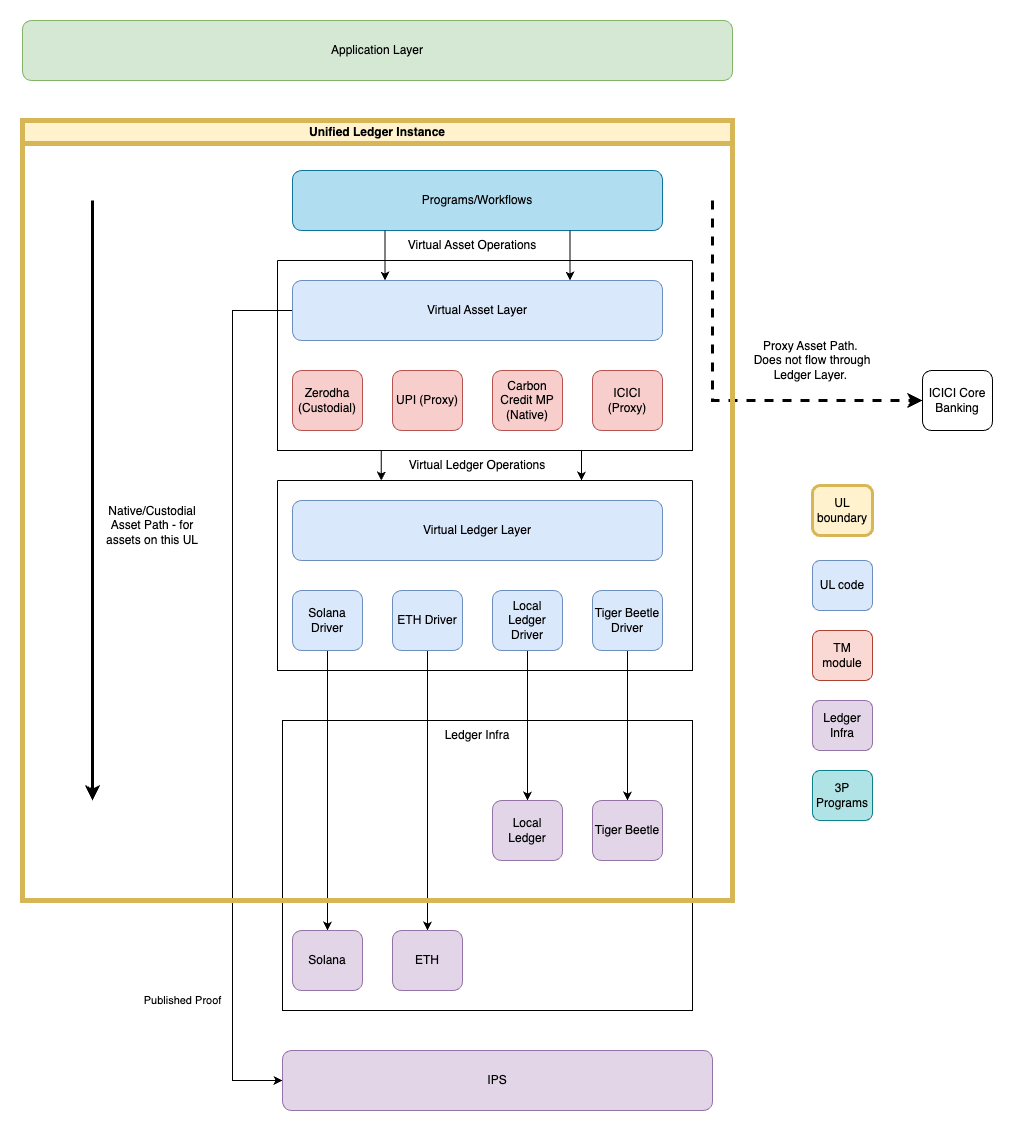
Earlier version of the draw.io export docs/runtime-primitives/assets/block-diagram.png (NishantJoshi00/finternet-api). Source tidied: cells renumbered, new cells last; positions are measured from the earlier drawing's top-left corner, leaving out a move shared by most shapes. The source it was exported from:
```xml
<mxGraphModel>
  <root>
    <mxCell id="0" />
    <mxCell id="1" parent="0" />
    <mxCell id="2" style="rounded=0;whiteSpace=wrap;html=1;" parent="1" vertex="1">
      <mxGeometry x="260" y="700" width="410" height="290" as="geometry" />
    </mxCell>
    <mxCell id="3" value="Application Layer" style="rounded=1;whiteSpace=wrap;html=1;fillColor=#d5e8d4;strokeColor=#82b366;" parent="1" vertex="1">
      <mxGeometry width="710" height="60" as="geometry" />
    </mxCell>
    <mxCell id="4" style="edgeStyle=orthogonalEdgeStyle;rounded=0;jettySize=auto;html=1;entryX=0;entryY=0.5;entryDx=0;entryDy=0;exitX=0;exitY=0.5;exitDx=0;exitDy=0;" parent="1" edge="1" source="6" target="35">
      <mxGeometry relative="1" as="geometry">
        <Array as="points">
          <mxPoint x="210" y="290" />
          <mxPoint x="210" y="1060" />
        </Array>
      </mxGeometry>
    </mxCell>
    <mxCell id="5" value="Published Proof" style="edgeLabel;html=1;align=center;verticalAlign=middle;" parent="4" vertex="1">
      <mxGeometry x="0.23" relative="1" as="geometry">
        <mxPoint x="-50" y="210" as="offset" />
      </mxGeometry>
    </mxCell>
    <mxCell id="6" value="Virtual Asset Layer" style="rounded=1;whiteSpace=wrap;html=1;fillColor=#dae8fc;strokeColor=#6c8ebf;" parent="1" vertex="1">
      <mxGeometry x="270" y="260" width="370" height="60" as="geometry" />
    </mxCell>
    <mxCell id="7" value="Zerodha (Custodial)" style="rounded=1;whiteSpace=wrap;html=1;fillColor=#f8cecc;strokeColor=#b85450;" parent="1" vertex="1">
      <mxGeometry x="270" y="350" width="70" height="60" as="geometry" />
    </mxCell>
    <mxCell id="8" value="UPI (Proxy)" style="rounded=1;whiteSpace=wrap;html=1;fillColor=#f8cecc;strokeColor=#b85450;" parent="1" vertex="1">
      <mxGeometry x="370" y="350" width="70" height="60" as="geometry" />
    </mxCell>
    <mxCell id="9" style="edgeStyle=orthogonalEdgeStyle;rounded=0;jettySize=auto;html=1;strokeWidth=3;dashed=1;entryX=0;entryY=0.5;entryDx=0;entryDy=0;" parent="1" edge="1" target="27">
      <mxGeometry relative="1" as="geometry">
        <mxPoint x="690" y="180" as="sourcePoint" />
        <Array as="points">
          <mxPoint x="690" y="380" />
        </Array>
      </mxGeometry>
    </mxCell>
    <mxCell id="10" value="ICICI (Proxy)" style="rounded=1;whiteSpace=wrap;html=1;fillColor=#f8cecc;strokeColor=#b85450;" parent="1" vertex="1">
      <mxGeometry x="570" y="350" width="70" height="60" as="geometry" />
    </mxCell>
    <mxCell id="11" value="Virtual Ledger Layer" style="rounded=1;whiteSpace=wrap;html=1;fillColor=#dae8fc;strokeColor=#6c8ebf;" parent="1" vertex="1">
      <mxGeometry x="270" y="480" width="370" height="60" as="geometry" />
    </mxCell>
    <mxCell id="12" value="Carbon Credit MP (Native)" style="rounded=1;whiteSpace=wrap;html=1;fillColor=#f8cecc;strokeColor=#b85450;" parent="1" vertex="1">
      <mxGeometry x="470" y="350" width="70" height="60" as="geometry" />
    </mxCell>
    <mxCell id="13" style="edgeStyle=orthogonalEdgeStyle;rounded=0;jettySize=auto;html=1;entryX=0.5;entryY=0;entryDx=0;entryDy=0;" parent="1" edge="1" source="14" target="42">
      <mxGeometry relative="1" as="geometry" />
    </mxCell>
    <mxCell id="14" value="Solana Driver" style="rounded=1;whiteSpace=wrap;html=1;fillColor=#dae8fc;strokeColor=#6c8ebf;" parent="1" vertex="1">
      <mxGeometry x="270" y="570" width="70" height="60" as="geometry" />
    </mxCell>
    <mxCell id="15" style="edgeStyle=orthogonalEdgeStyle;rounded=0;jettySize=auto;html=1;entryX=0.5;entryY=0;entryDx=0;entryDy=0;" parent="1" edge="1" source="16" target="41">
      <mxGeometry relative="1" as="geometry" />
    </mxCell>
    <mxCell id="16" value="ETH Driver" style="rounded=1;whiteSpace=wrap;html=1;fillColor=#dae8fc;strokeColor=#6c8ebf;" parent="1" vertex="1">
      <mxGeometry x="370" y="570" width="70" height="60" as="geometry" />
    </mxCell>
    <mxCell id="17" style="edgeStyle=orthogonalEdgeStyle;rounded=0;jettySize=auto;html=1;entryX=0.5;entryY=0;entryDx=0;entryDy=0;" parent="1" edge="1" source="18" target="33">
      <mxGeometry relative="1" as="geometry" />
    </mxCell>
    <mxCell id="18" value="Local Ledger Driver" style="rounded=1;whiteSpace=wrap;html=1;fillColor=#dae8fc;strokeColor=#6c8ebf;" parent="1" vertex="1">
      <mxGeometry x="470" y="570" width="70" height="60" as="geometry" />
    </mxCell>
    <mxCell id="19" style="edgeStyle=orthogonalEdgeStyle;rounded=0;jettySize=auto;html=1;entryX=0.5;entryY=0;entryDx=0;entryDy=0;" parent="1" edge="1" source="20" target="43">
      <mxGeometry relative="1" as="geometry" />
    </mxCell>
    <mxCell id="20" value="Tiger Beetle Driver" style="rounded=1;whiteSpace=wrap;html=1;fillColor=#dae8fc;strokeColor=#6c8ebf;" parent="1" vertex="1">
      <mxGeometry x="570" y="570" width="70" height="60" as="geometry" />
    </mxCell>
    <mxCell id="21" style="edgeStyle=orthogonalEdgeStyle;rounded=0;jettySize=auto;html=1;exitX=0.25;exitY=1;exitDx=0;exitDy=0;entryX=0.25;entryY=0;entryDx=0;entryDy=0;" parent="1" edge="1" source="23" target="24">
      <mxGeometry relative="1" as="geometry" />
    </mxCell>
    <mxCell id="22" style="edgeStyle=orthogonalEdgeStyle;rounded=0;jettySize=auto;html=1;exitX=0.75;exitY=1;exitDx=0;exitDy=0;" parent="1" edge="1" source="23">
      <mxGeometry relative="1" as="geometry">
        <mxPoint x="559" y="460" as="targetPoint" />
      </mxGeometry>
    </mxCell>
    <mxCell id="23" style="swimlane;startSize=0;" parent="1" vertex="1">
      <mxGeometry x="255" y="240" width="415" height="190" as="geometry" />
    </mxCell>
    <mxCell id="24" style="swimlane;startSize=0;" parent="1" vertex="1">
      <mxGeometry x="255" y="460" width="415" height="190" as="geometry" />
    </mxCell>
    <mxCell id="25" value="Proxy Asset Path.&amp;nbsp; Does not flow through Ledger Layer.&amp;nbsp;" style="text;html=1;align=center;verticalAlign=middle;whiteSpace=wrap;rounded=0;" parent="1" vertex="1">
      <mxGeometry x="730" y="310" width="120" height="60" as="geometry" />
    </mxCell>
    <mxCell id="26" style="endArrow=classic;html=1;rounded=0;strokeWidth=3;" parent="1" edge="1">
      <mxGeometry relative="1" as="geometry">
        <mxPoint x="70" y="180" as="sourcePoint" />
        <mxPoint x="70" y="780" as="targetPoint" />
      </mxGeometry>
    </mxCell>
    <mxCell id="27" value="ICICI Core Banking" style="rounded=1;whiteSpace=wrap;html=1;" parent="1" vertex="1">
      <mxGeometry x="900" y="350" width="70" height="60" as="geometry" />
    </mxCell>
    <mxCell id="28" value="Unified Ledger Instance" style="swimlane;whiteSpace=wrap;html=1;strokeWidth=5;fillColor=#fff2cc;strokeColor=#d6b656;" parent="1" vertex="1">
      <mxGeometry y="100" width="710" height="780" as="geometry" />
    </mxCell>
    <mxCell id="29" value="Virtual Ledger Operations" style="text;html=1;align=center;verticalAlign=middle;whiteSpace=wrap;rounded=0;" parent="28" vertex="1">
      <mxGeometry x="385" y="330" width="140" height="30" as="geometry" />
    </mxCell>
    <mxCell id="30" value="Native/Custodial Asset Path - for assets on this UL" style="text;html=1;align=center;verticalAlign=middle;whiteSpace=wrap;rounded=0;" parent="28" vertex="1">
      <mxGeometry x="80" y="370" width="100" height="70" as="geometry" />
    </mxCell>
    <mxCell id="31" value="Programs/Workflows" style="rounded=1;whiteSpace=wrap;html=1;fillColor=#b1ddf0;strokeColor=#10739e;" parent="28" vertex="1">
      <mxGeometry x="270" y="50" width="370" height="60" as="geometry" />
    </mxCell>
    <mxCell id="32" value="Virtual Asset Operations" style="text;html=1;align=center;verticalAlign=middle;whiteSpace=wrap;rounded=0;" parent="28" vertex="1">
      <mxGeometry x="380" y="110" width="140" height="30" as="geometry" />
    </mxCell>
    <mxCell id="33" value="Local Ledger" style="rounded=1;whiteSpace=wrap;html=1;fillColor=#e1d5e7;strokeColor=#9673a6;" parent="28" vertex="1">
      <mxGeometry x="470" y="680" width="70" height="60" as="geometry" />
    </mxCell>
    <mxCell id="34" value="Ledger Infra" style="text;html=1;align=center;verticalAlign=middle;whiteSpace=wrap;rounded=0;" parent="28" vertex="1">
      <mxGeometry x="385" y="600" width="140" height="30" as="geometry" />
    </mxCell>
    <mxCell id="35" value="IPS" style="rounded=1;whiteSpace=wrap;html=1;fillColor=#e1d5e7;strokeColor=#9673a6;" parent="1" vertex="1">
      <mxGeometry x="260" y="1030" width="430" height="60" as="geometry" />
    </mxCell>
    <mxCell id="36" style="edgeStyle=orthogonalEdgeStyle;rounded=0;jettySize=auto;html=1;exitX=0.25;exitY=1;exitDx=0;exitDy=0;entryX=0.25;entryY=0;entryDx=0;entryDy=0;" parent="1" edge="1" source="31" target="6">
      <mxGeometry relative="1" as="geometry" />
    </mxCell>
    <mxCell id="37" style="edgeStyle=orthogonalEdgeStyle;rounded=0;jettySize=auto;html=1;exitX=0.75;exitY=1;exitDx=0;exitDy=0;entryX=0.75;entryY=0;entryDx=0;entryDy=0;" parent="1" edge="1" source="31" target="6">
      <mxGeometry relative="1" as="geometry" />
    </mxCell>
    <mxCell id="38" value="UL code" style="rounded=1;whiteSpace=wrap;html=1;fillColor=#dae8fc;strokeColor=#6c8ebf;" parent="1" vertex="1">
      <mxGeometry x="790" y="540" width="60" height="50" as="geometry" />
    </mxCell>
    <mxCell id="39" value="TM module" style="rounded=1;whiteSpace=wrap;html=1;fillColor=#fad9d5;strokeColor=#ae4132;" parent="1" vertex="1">
      <mxGeometry x="790" y="610" width="60" height="50" as="geometry" />
    </mxCell>
    <mxCell id="40" value="Ledger Infra" style="rounded=1;whiteSpace=wrap;html=1;fillColor=#e1d5e7;strokeColor=#9673a6;" parent="1" vertex="1">
      <mxGeometry x="790" y="680" width="60" height="50" as="geometry" />
    </mxCell>
    <mxCell id="41" value="ETH" style="rounded=1;whiteSpace=wrap;html=1;fillColor=#e1d5e7;strokeColor=#9673a6;" parent="1" vertex="1">
      <mxGeometry x="370" y="910" width="70" height="60" as="geometry" />
    </mxCell>
    <mxCell id="42" value="Solana" style="rounded=1;whiteSpace=wrap;html=1;fillColor=#e1d5e7;strokeColor=#9673a6;" parent="1" vertex="1">
      <mxGeometry x="270" y="910" width="70" height="60" as="geometry" />
    </mxCell>
    <mxCell id="43" value="Tiger Beetle" style="rounded=1;whiteSpace=wrap;html=1;fillColor=#e1d5e7;strokeColor=#9673a6;" parent="1" vertex="1">
      <mxGeometry x="570" y="780" width="70" height="60" as="geometry" />
    </mxCell>
    <mxCell id="44" value="UL boundary" style="rounded=1;whiteSpace=wrap;html=1;fillColor=#fff2cc;strokeColor=#d6b656;strokeWidth=3;" parent="1" vertex="1">
      <mxGeometry x="790" y="465" width="60" height="50" as="geometry" />
    </mxCell>
    <mxCell id="45" value="3P Programs" style="rounded=1;whiteSpace=wrap;html=1;fillColor=#b0e3e6;strokeColor=#0e8088;strokeWidth=1;" parent="1" vertex="1">
      <mxGeometry x="790" y="750" width="60" height="50" as="geometry" />
    </mxCell>
  </root>
</mxGraphModel>
```
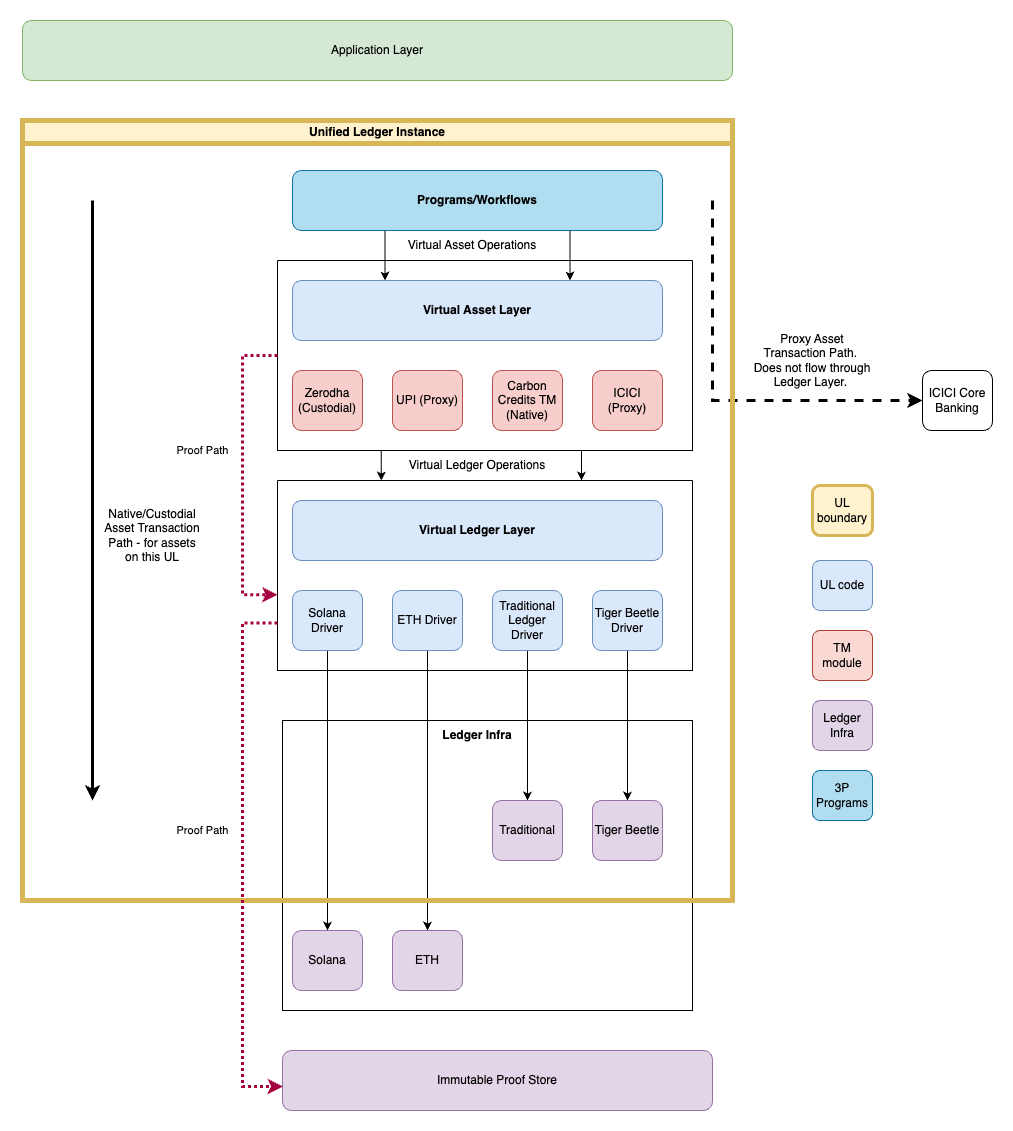
Above is the later version.

Diff of the diagram source:
```diff
@@ -8,20 +8,7 @@
     <mxCell id="3" value="Application Layer" style="rounded=1;whiteSpace=wrap;html=1;fillColor=#d5e8d4;strokeColor=#82b366;" parent="1" vertex="1">
       <mxGeometry width="710" height="60" as="geometry" />
     </mxCell>
-    <mxCell id="4" style="edgeStyle=orthogonalEdgeStyle;rounded=0;jettySize=auto;html=1;entryX=0;entryY=0.5;entryDx=0;entryDy=0;exitX=0;exitY=0.5;exitDx=0;exitDy=0;" parent="1" edge="1" source="6" target="35">
-      <mxGeometry relative="1" as="geometry">
-        <Array as="points">
-          <mxPoint x="210" y="290" />
-          <mxPoint x="210" y="1060" />
-        </Array>
-      </mxGeometry>
-    </mxCell>
-    <mxCell id="5" value="Published Proof" style="edgeLabel;html=1;align=center;verticalAlign=middle;" parent="4" vertex="1">
-      <mxGeometry x="0.23" relative="1" as="geometry">
-        <mxPoint x="-50" y="210" as="offset" />
-      </mxGeometry>
-    </mxCell>
-    <mxCell id="6" value="Virtual Asset Layer" style="rounded=1;whiteSpace=wrap;html=1;fillColor=#dae8fc;strokeColor=#6c8ebf;" parent="1" vertex="1">
+    <mxCell id="6" value="Virtual Asset Layer" style="rounded=1;whiteSpace=wrap;html=1;fillColor=#dae8fc;strokeColor=#6c8ebf;fontStyle=1;" parent="1" vertex="1">
       <mxGeometry x="270" y="260" width="370" height="60" as="geometry" />
     </mxCell>
     <mxCell id="7" value="Zerodha (Custodial)" style="rounded=1;whiteSpace=wrap;html=1;fillColor=#f8cecc;strokeColor=#b85450;" parent="1" vertex="1">
@@ -41,10 +28,10 @@
     <mxCell id="10" value="ICICI (Proxy)" style="rounded=1;whiteSpace=wrap;html=1;fillColor=#f8cecc;strokeColor=#b85450;" parent="1" vertex="1">
       <mxGeometry x="570" y="350" width="70" height="60" as="geometry" />
     </mxCell>
-    <mxCell id="11" value="Virtual Ledger Layer" style="rounded=1;whiteSpace=wrap;html=1;fillColor=#dae8fc;strokeColor=#6c8ebf;" parent="1" vertex="1">
+    <mxCell id="11" value="Virtual Ledger Layer" style="rounded=1;whiteSpace=wrap;html=1;fillColor=#dae8fc;strokeColor=#6c8ebf;fontStyle=1;" parent="1" vertex="1">
       <mxGeometry x="270" y="480" width="370" height="60" as="geometry" />
     </mxCell>
-    <mxCell id="12" value="Carbon Credit MP (Native)" style="rounded=1;whiteSpace=wrap;html=1;fillColor=#f8cecc;strokeColor=#b85450;" parent="1" vertex="1">
+    <mxCell id="12" value="Carbon Credits TM (Native)" style="rounded=1;whiteSpace=wrap;html=1;fillColor=#f8cecc;strokeColor=#b85450;" parent="1" vertex="1">
       <mxGeometry x="470" y="350" width="70" height="60" as="geometry" />
     </mxCell>
     <mxCell id="13" style="edgeStyle=orthogonalEdgeStyle;rounded=0;jettySize=auto;html=1;entryX=0.5;entryY=0;entryDx=0;entryDy=0;" parent="1" edge="1" source="14" target="42">
@@ -62,7 +49,7 @@
     <mxCell id="17" style="edgeStyle=orthogonalEdgeStyle;rounded=0;jettySize=auto;html=1;entryX=0.5;entryY=0;entryDx=0;entryDy=0;" parent="1" edge="1" source="18" target="33">
       <mxGeometry relative="1" as="geometry" />
     </mxCell>
-    <mxCell id="18" value="Local Ledger Driver" style="rounded=1;whiteSpace=wrap;html=1;fillColor=#dae8fc;strokeColor=#6c8ebf;" parent="1" vertex="1">
+    <mxCell id="18" value="Traditional Ledger Driver" style="rounded=1;whiteSpace=wrap;html=1;fillColor=#dae8fc;strokeColor=#6c8ebf;" parent="1" vertex="1">
       <mxGeometry x="470" y="570" width="70" height="60" as="geometry" />
     </mxCell>
     <mxCell id="19" style="edgeStyle=orthogonalEdgeStyle;rounded=0;jettySize=auto;html=1;entryX=0.5;entryY=0;entryDx=0;entryDy=0;" parent="1" edge="1" source="20" target="43">
@@ -85,7 +72,7 @@
     <mxCell id="24" style="swimlane;startSize=0;" parent="1" vertex="1">
       <mxGeometry x="255" y="460" width="415" height="190" as="geometry" />
     </mxCell>
-    <mxCell id="25" value="Proxy Asset Path.&amp;nbsp; Does not flow through Ledger Layer.&amp;nbsp;" style="text;html=1;align=center;verticalAlign=middle;whiteSpace=wrap;rounded=0;" parent="1" vertex="1">
+    <mxCell id="25" value="Proxy Asset Transaction Path.&amp;nbsp; Does not flow through Ledger Layer.&amp;nbsp;" style="text;html=1;align=center;verticalAlign=middle;whiteSpace=wrap;rounded=0;" parent="1" vertex="1">
       <mxGeometry x="730" y="310" width="120" height="60" as="geometry" />
     </mxCell>
     <mxCell id="26" style="endArrow=classic;html=1;rounded=0;strokeWidth=3;" parent="1" edge="1">
@@ -103,22 +90,22 @@
     <mxCell id="29" value="Virtual Ledger Operations" style="text;html=1;align=center;verticalAlign=middle;whiteSpace=wrap;rounded=0;" parent="28" vertex="1">
       <mxGeometry x="385" y="330" width="140" height="30" as="geometry" />
     </mxCell>
-    <mxCell id="30" value="Native/Custodial Asset Path - for assets on this UL" style="text;html=1;align=center;verticalAlign=middle;whiteSpace=wrap;rounded=0;" parent="28" vertex="1">
-      <mxGeometry x="80" y="370" width="100" height="70" as="geometry" />
+    <mxCell id="30" value="Native/Custodial Asset Transaction Path - for assets on this UL" style="text;html=1;align=center;verticalAlign=middle;whiteSpace=wrap;rounded=0;" parent="28" vertex="1">
+      <mxGeometry x="80" y="380" width="100" height="70" as="geometry" />
     </mxCell>
-    <mxCell id="31" value="Programs/Workflows" style="rounded=1;whiteSpace=wrap;html=1;fillColor=#b1ddf0;strokeColor=#10739e;" parent="28" vertex="1">
+    <mxCell id="31" value="Programs/Workflows" style="rounded=1;whiteSpace=wrap;html=1;fillColor=#b1ddf0;strokeColor=#10739e;fontStyle=1;" parent="28" vertex="1">
       <mxGeometry x="270" y="50" width="370" height="60" as="geometry" />
     </mxCell>
     <mxCell id="32" value="Virtual Asset Operations" style="text;html=1;align=center;verticalAlign=middle;whiteSpace=wrap;rounded=0;" parent="28" vertex="1">
       <mxGeometry x="380" y="110" width="140" height="30" as="geometry" />
     </mxCell>
-    <mxCell id="33" value="Local Ledger" style="rounded=1;whiteSpace=wrap;html=1;fillColor=#e1d5e7;strokeColor=#9673a6;" parent="28" vertex="1">
+    <mxCell id="33" value="Traditional" style="rounded=1;whiteSpace=wrap;html=1;fillColor=#e1d5e7;strokeColor=#9673a6;" parent="28" vertex="1">
       <mxGeometry x="470" y="680" width="70" height="60" as="geometry" />
     </mxCell>
-    <mxCell id="34" value="Ledger Infra" style="text;html=1;align=center;verticalAlign=middle;whiteSpace=wrap;rounded=0;" parent="28" vertex="1">
+    <mxCell id="34" value="Ledger Infra" style="text;html=1;align=center;verticalAlign=middle;whiteSpace=wrap;rounded=0;fontStyle=1;" parent="28" vertex="1">
       <mxGeometry x="385" y="600" width="140" height="30" as="geometry" />
     </mxCell>
-    <mxCell id="35" value="IPS" style="rounded=1;whiteSpace=wrap;html=1;fillColor=#e1d5e7;strokeColor=#9673a6;" parent="1" vertex="1">
+    <mxCell id="35" value="Immutable Proof Store" style="rounded=1;whiteSpace=wrap;html=1;fillColor=#e1d5e7;strokeColor=#9673a6;" parent="1" vertex="1">
       <mxGeometry x="260" y="1030" width="430" height="60" as="geometry" />
     </mxCell>
     <mxCell id="36" style="edgeStyle=orthogonalEdgeStyle;rounded=0;jettySize=auto;html=1;exitX=0.25;exitY=1;exitDx=0;exitDy=0;entryX=0.25;entryY=0;entryDx=0;entryDy=0;" parent="1" edge="1" source="31" target="6">
@@ -148,8 +135,34 @@
     <mxCell id="44" value="UL boundary" style="rounded=1;whiteSpace=wrap;html=1;fillColor=#fff2cc;strokeColor=#d6b656;strokeWidth=3;" parent="1" vertex="1">
       <mxGeometry x="790" y="465" width="60" height="50" as="geometry" />
     </mxCell>
-    <mxCell id="45" value="3P Programs" style="rounded=1;whiteSpace=wrap;html=1;fillColor=#b0e3e6;strokeColor=#0e8088;strokeWidth=1;" parent="1" vertex="1">
+    <mxCell id="45" value="3P Programs" style="rounded=1;whiteSpace=wrap;html=1;fillColor=#b1ddf0;strokeColor=#10739e;strokeWidth=1;" parent="1" vertex="1">
       <mxGeometry x="790" y="750" width="60" height="50" as="geometry" />
     </mxCell>
+    <mxCell id="46" style="edgeStyle=orthogonalEdgeStyle;rounded=0;jettySize=auto;html=1;exitX=0;exitY=0.5;exitDx=0;exitDy=0;entryX=0;entryY=0.601;entryDx=0;entryDy=0;entryPerimeter=0;strokeWidth=3;dashed=1;fillColor=#d80073;strokeColor=#A50040;dashPattern=1 1;" parent="1" edge="1" source="23" target="24">
+      <mxGeometry relative="1" as="geometry">
+        <Array as="points">
+          <mxPoint x="220" y="335" />
+          <mxPoint x="220" y="574" />
+        </Array>
+      </mxGeometry>
+    </mxCell>
+    <mxCell id="47" value="Proof Path" style="edgeLabel;html=1;align=center;verticalAlign=middle;" parent="46" vertex="1">
+      <mxGeometry x="-0.1" y="1" relative="1" as="geometry">
+        <mxPoint x="-41" y="-10" as="offset" />
+      </mxGeometry>
+    </mxCell>
+    <mxCell id="48" style="edgeStyle=orthogonalEdgeStyle;rounded=0;jettySize=auto;html=1;exitX=0;exitY=0.75;exitDx=0;exitDy=0;entryX=0.001;entryY=0.6;entryDx=0;entryDy=0;entryPerimeter=0;strokeWidth=3;dashed=1;fillColor=#d80073;strokeColor=#A50040;dashPattern=1 1;" parent="1" edge="1" source="24" target="35">
+      <mxGeometry relative="1" as="geometry">
+        <Array as="points">
+          <mxPoint x="220" y="603" />
+          <mxPoint x="220" y="1066" />
+        </Array>
+      </mxGeometry>
+    </mxCell>
+    <mxCell id="49" value="Proof Path" style="edgeLabel;html=1;align=center;verticalAlign=middle;" parent="48" vertex="1">
+      <mxGeometry x="-0.04" y="-1" relative="1" as="geometry">
+        <mxPoint x="-39" y="-15" as="offset" />
+      </mxGeometry>
+    </mxCell>
   </root>
 </mxGraphModel>
```
